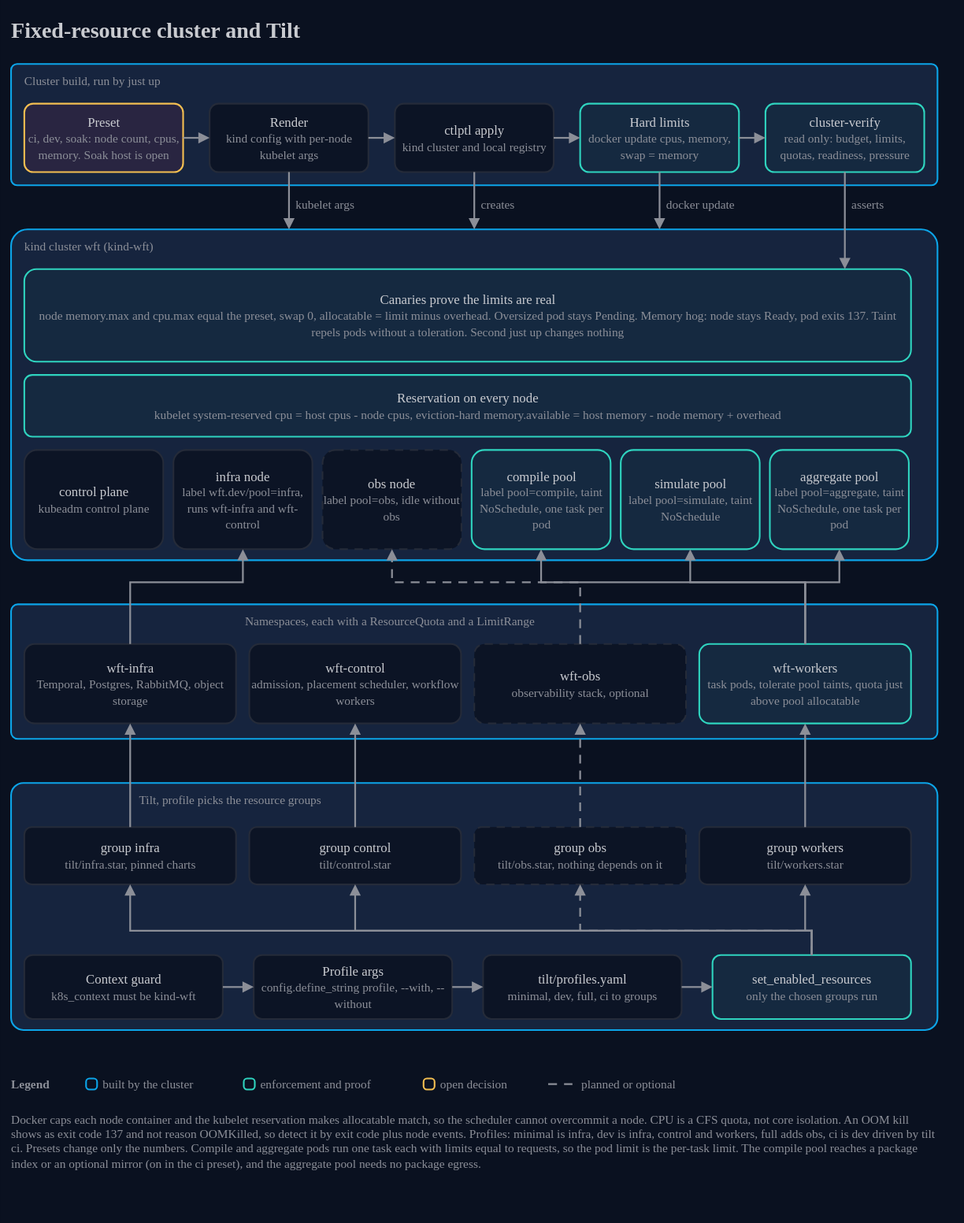
AndoNorth/disyard keeps this draw.io diagram as docs/architecture/09-cluster-and-tilt.drawio.svg. Above is the earlier version. Source tidied: cells renumbered, new cells last; positions are measured from the earlier drawing's top-left corner, leaving out a move shared by most shapes.
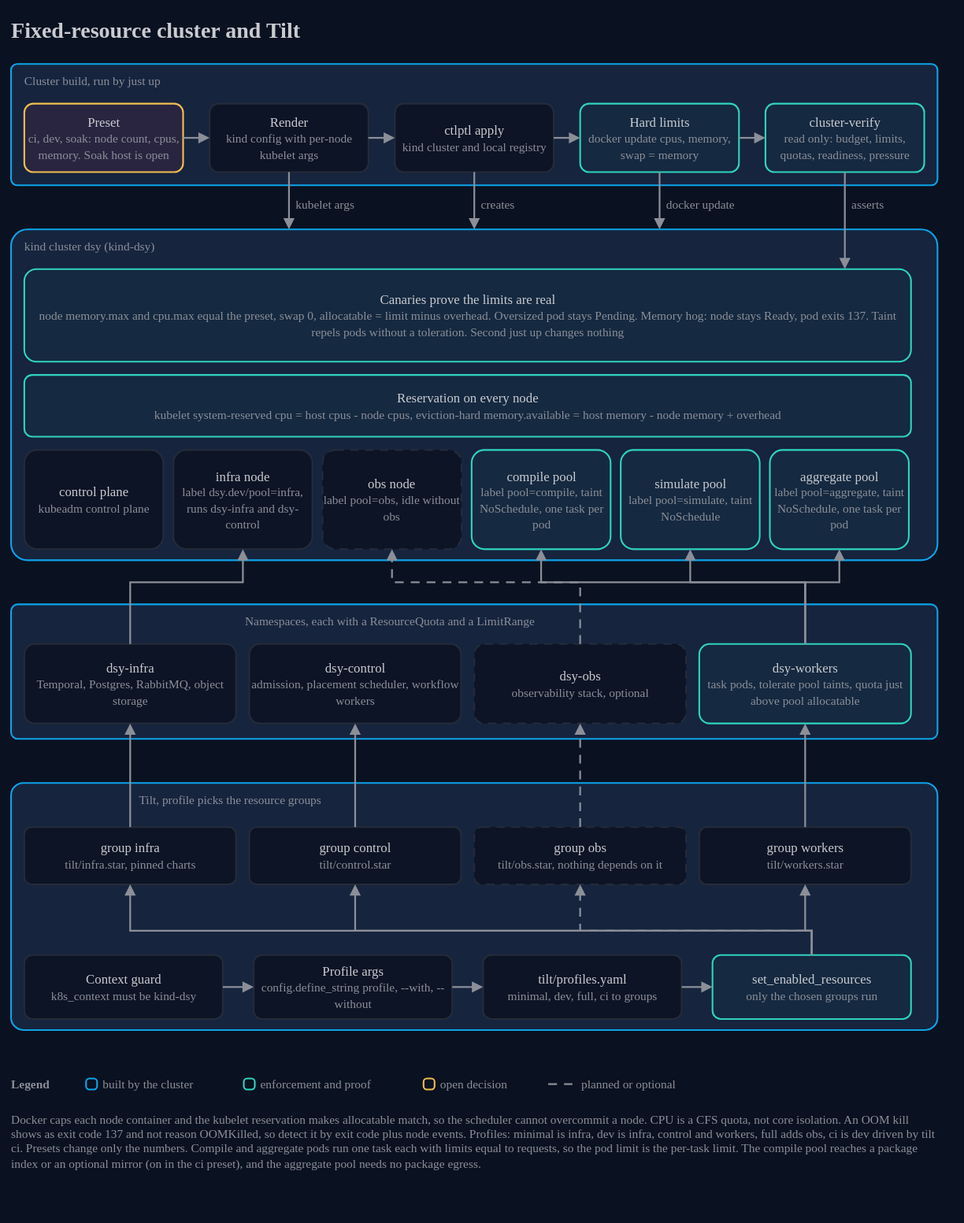
Above is the later version.

Diff of the diagram source:
```diff
@@ -41,7 +41,7 @@
     <mxCell id="14" style="rounded=1;arcSize=5;html=1;whiteSpace=wrap;fillColor=#16243e;strokeColor=#0ca5e9;strokeWidth=1.5;fontColor=#c9cbd0;fontSize=12;fontFamily=IBM Plex Sans;verticalAlign=top;align=left;" parent="1" vertex="1">
       <mxGeometry y="198" width="840" height="300" as="geometry" />
     </mxCell>
-    <mxCell id="15" value="kind cluster wft (kind-wft)" style="text;html=1;strokeColor=none;fillColor=none;align=left;verticalAlign=middle;whiteSpace=wrap;fontColor=#8c8f98;fontSize=11;fontFamily=IBM Plex Sans;spacing=0;" parent="1" vertex="1">
+    <mxCell id="15" value="kind cluster dsy (kind-dsy)" style="text;html=1;strokeColor=none;fillColor=none;align=left;verticalAlign=middle;whiteSpace=wrap;fontColor=#8c8f98;fontSize=11;fontFamily=IBM Plex Sans;spacing=0;" parent="1" vertex="1">
       <mxGeometry x="12" y="204" width="240" height="18" as="geometry" />
     </mxCell>
     <mxCell id="16" value="Canaries prove the limits are real&lt;br&gt;&lt;font color=&quot;#8c8f98&quot; style=&quot;font-size:11px&quot;&gt;node memory.max and cpu.max equal the preset, swap 0, allocatable = limit minus overhead. Oversized pod stays Pending. Memory hog: node stays Ready, pod exits 137. Taint repels pods without a toleration. Second just up changes nothing&lt;/font&gt;" style="rounded=1;arcSize=13;html=1;whiteSpace=wrap;fillColor=#152940;strokeColor=#2fd4bf;strokeWidth=1.5;fontColor=#c9cbd0;fontSize=12;fontFamily=IBM Plex Sans;" parent="1" vertex="1">
@@ -53,7 +53,7 @@
     <mxCell id="18" value="control plane&lt;br&gt;&lt;font color=&quot;#8c8f98&quot; style=&quot;font-size:11px&quot;&gt;kubeadm control plane&lt;/font&gt;" style="rounded=1;arcSize=13;html=1;whiteSpace=wrap;fillColor=#0c1425;strokeColor=#252b39;strokeWidth=1.5;fontColor=#c9cbd0;fontSize=12;fontFamily=IBM Plex Sans;" parent="1" vertex="1">
       <mxGeometry x="12" y="398" width="126" height="90" as="geometry" />
     </mxCell>
-    <mxCell id="19" value="infra node&lt;br&gt;&lt;font color=&quot;#8c8f98&quot; style=&quot;font-size:11px&quot;&gt;label wft.dev/pool=infra, runs wft-infra and wft-control&lt;/font&gt;" style="rounded=1;arcSize=13;html=1;whiteSpace=wrap;fillColor=#0c1425;strokeColor=#252b39;strokeWidth=1.5;fontColor=#c9cbd0;fontSize=12;fontFamily=IBM Plex Sans;" parent="1" vertex="1">
+    <mxCell id="19" value="infra node&lt;br&gt;&lt;font color=&quot;#8c8f98&quot; style=&quot;font-size:11px&quot;&gt;label dsy.dev/pool=infra, runs dsy-infra and dsy-control&lt;/font&gt;" style="rounded=1;arcSize=13;html=1;whiteSpace=wrap;fillColor=#0c1425;strokeColor=#252b39;strokeWidth=1.5;fontColor=#c9cbd0;fontSize=12;fontFamily=IBM Plex Sans;" parent="1" vertex="1">
       <mxGeometry x="147.2" y="398" width="126" height="90" as="geometry" />
     </mxCell>
     <mxCell id="20" value="obs node&lt;br&gt;&lt;font color=&quot;#8c8f98&quot; style=&quot;font-size:11px&quot;&gt;label pool=obs, idle without obs&lt;/font&gt;" style="rounded=1;arcSize=13;html=1;whiteSpace=wrap;fillColor=#0c1425;strokeColor=#252b39;strokeWidth=1.5;fontColor=#c9cbd0;fontSize=12;fontFamily=IBM Plex Sans;dashed=1;dashPattern=5 4;" parent="1" vertex="1">
@@ -98,16 +98,16 @@
     <mxCell id="33" value="Namespaces, each with a ResourceQuota and a LimitRange" style="text;html=1;strokeColor=none;fillColor=none;align=left;verticalAlign=middle;whiteSpace=wrap;fontColor=#8c8f98;fontSize=11;fontFamily=IBM Plex Sans;spacing=0;" parent="1" vertex="1">
       <mxGeometry x="212" y="544" width="420" height="18" as="geometry" />
     </mxCell>
-    <mxCell id="34" value="wft-infra&lt;br&gt;&lt;font color=&quot;#8c8f98&quot; style=&quot;font-size:11px&quot;&gt;Temporal, Postgres, RabbitMQ, object storage&lt;/font&gt;" style="rounded=1;arcSize=13;html=1;whiteSpace=wrap;fillColor=#0c1425;strokeColor=#252b39;strokeWidth=1.5;fontColor=#c9cbd0;fontSize=12;fontFamily=IBM Plex Sans;" parent="1" vertex="1">
+    <mxCell id="34" value="dsy-infra&lt;br&gt;&lt;font color=&quot;#8c8f98&quot; style=&quot;font-size:11px&quot;&gt;Temporal, Postgres, RabbitMQ, object storage&lt;/font&gt;" style="rounded=1;arcSize=13;html=1;whiteSpace=wrap;fillColor=#0c1425;strokeColor=#252b39;strokeWidth=1.5;fontColor=#c9cbd0;fontSize=12;fontFamily=IBM Plex Sans;" parent="1" vertex="1">
       <mxGeometry x="12" y="574" width="192" height="72" as="geometry" />
     </mxCell>
-    <mxCell id="35" value="wft-control&lt;br&gt;&lt;font color=&quot;#8c8f98&quot; style=&quot;font-size:11px&quot;&gt;admission, placement scheduler, workflow workers&lt;/font&gt;" style="rounded=1;arcSize=13;html=1;whiteSpace=wrap;fillColor=#0c1425;strokeColor=#252b39;strokeWidth=1.5;fontColor=#c9cbd0;fontSize=12;fontFamily=IBM Plex Sans;" parent="1" vertex="1">
+    <mxCell id="35" value="dsy-control&lt;br&gt;&lt;font color=&quot;#8c8f98&quot; style=&quot;font-size:11px&quot;&gt;admission, placement scheduler, workflow workers&lt;/font&gt;" style="rounded=1;arcSize=13;html=1;whiteSpace=wrap;fillColor=#0c1425;strokeColor=#252b39;strokeWidth=1.5;fontColor=#c9cbd0;fontSize=12;fontFamily=IBM Plex Sans;" parent="1" vertex="1">
       <mxGeometry x="216" y="574" width="192" height="72" as="geometry" />
     </mxCell>
-    <mxCell id="36" value="wft-obs&lt;br&gt;&lt;font color=&quot;#8c8f98&quot; style=&quot;font-size:11px&quot;&gt;observability stack, optional&lt;/font&gt;" style="rounded=1;arcSize=13;html=1;whiteSpace=wrap;fillColor=#0c1425;strokeColor=#252b39;strokeWidth=1.5;fontColor=#c9cbd0;fontSize=12;fontFamily=IBM Plex Sans;dashed=1;dashPattern=5 4;" parent="1" vertex="1">
+    <mxCell id="36" value="dsy-obs&lt;br&gt;&lt;font color=&quot;#8c8f98&quot; style=&quot;font-size:11px&quot;&gt;observability stack, optional&lt;/font&gt;" style="rounded=1;arcSize=13;html=1;whiteSpace=wrap;fillColor=#0c1425;strokeColor=#252b39;strokeWidth=1.5;fontColor=#c9cbd0;fontSize=12;fontFamily=IBM Plex Sans;dashed=1;dashPattern=5 4;" parent="1" vertex="1">
       <mxGeometry x="420" y="574" width="192" height="72" as="geometry" />
     </mxCell>
-    <mxCell id="37" value="wft-workers&lt;br&gt;&lt;font color=&quot;#8c8f98&quot; style=&quot;font-size:11px&quot;&gt;task pods, tolerate pool taints, quota just above pool allocatable&lt;/font&gt;" style="rounded=1;arcSize=13;html=1;whiteSpace=wrap;fillColor=#152940;strokeColor=#2fd4bf;strokeWidth=1.5;fontColor=#c9cbd0;fontSize=12;fontFamily=IBM Plex Sans;" parent="1" vertex="1">
+    <mxCell id="37" value="dsy-workers&lt;br&gt;&lt;font color=&quot;#8c8f98&quot; style=&quot;font-size:11px&quot;&gt;task pods, tolerate pool taints, quota just above pool allocatable&lt;/font&gt;" style="rounded=1;arcSize=13;html=1;whiteSpace=wrap;fillColor=#152940;strokeColor=#2fd4bf;strokeWidth=1.5;fontColor=#c9cbd0;fontSize=12;fontFamily=IBM Plex Sans;" parent="1" vertex="1">
       <mxGeometry x="624" y="574" width="192" height="72" as="geometry" />
     </mxCell>
     <mxCell id="38" style="endArrow=block;endFill=1;startArrow=none;html=1;rounded=0;strokeColor=#8c8f98;strokeWidth=1.6;exitX=0.5;exitY=0;exitDx=0;exitDy=0;entryX=0.5;entryY=1;entryDx=0;entryDy=0;" parent="1" edge="1" source="34" target="19">
@@ -180,7 +180,7 @@
     <mxCell id="52" style="endArrow=block;endFill=1;startArrow=none;html=1;rounded=0;strokeColor=#8c8f98;strokeWidth=1.6;exitX=0.5;exitY=0;exitDx=0;exitDy=0;entryX=0.5;entryY=1;entryDx=0;entryDy=0;" parent="1" edge="1" source="48" target="37">
       <mxGeometry relative="1" as="geometry" />
     </mxCell>
-    <mxCell id="53" value="Context guard&lt;br&gt;&lt;font color=&quot;#8c8f98&quot; style=&quot;font-size:11px&quot;&gt;k8s_context must be kind-wft&lt;/font&gt;" style="rounded=1;arcSize=13;html=1;whiteSpace=wrap;fillColor=#0c1425;strokeColor=#252b39;strokeWidth=1.5;fontColor=#c9cbd0;fontSize=12;fontFamily=IBM Plex Sans;" parent="1" vertex="1">
+    <mxCell id="53" value="Context guard&lt;br&gt;&lt;font color=&quot;#8c8f98&quot; style=&quot;font-size:11px&quot;&gt;k8s_context must be kind-dsy&lt;/font&gt;" style="rounded=1;arcSize=13;html=1;whiteSpace=wrap;fillColor=#0c1425;strokeColor=#252b39;strokeWidth=1.5;fontColor=#c9cbd0;fontSize=12;fontFamily=IBM Plex Sans;" parent="1" vertex="1">
       <mxGeometry x="12" y="856" width="180" height="58" as="geometry" />
     </mxCell>
     <mxCell id="54" value="Profile args&lt;br&gt;&lt;font color=&quot;#8c8f98&quot; style=&quot;font-size:11px&quot;&gt;config.define_string profile, --with, --without&lt;/font&gt;" style="rounded=1;arcSize=13;html=1;whiteSpace=wrap;fillColor=#0c1425;strokeColor=#252b39;strokeWidth=1.5;fontColor=#c9cbd0;fontSize=12;fontFamily=IBM Plex Sans;" parent="1" vertex="1">
```
